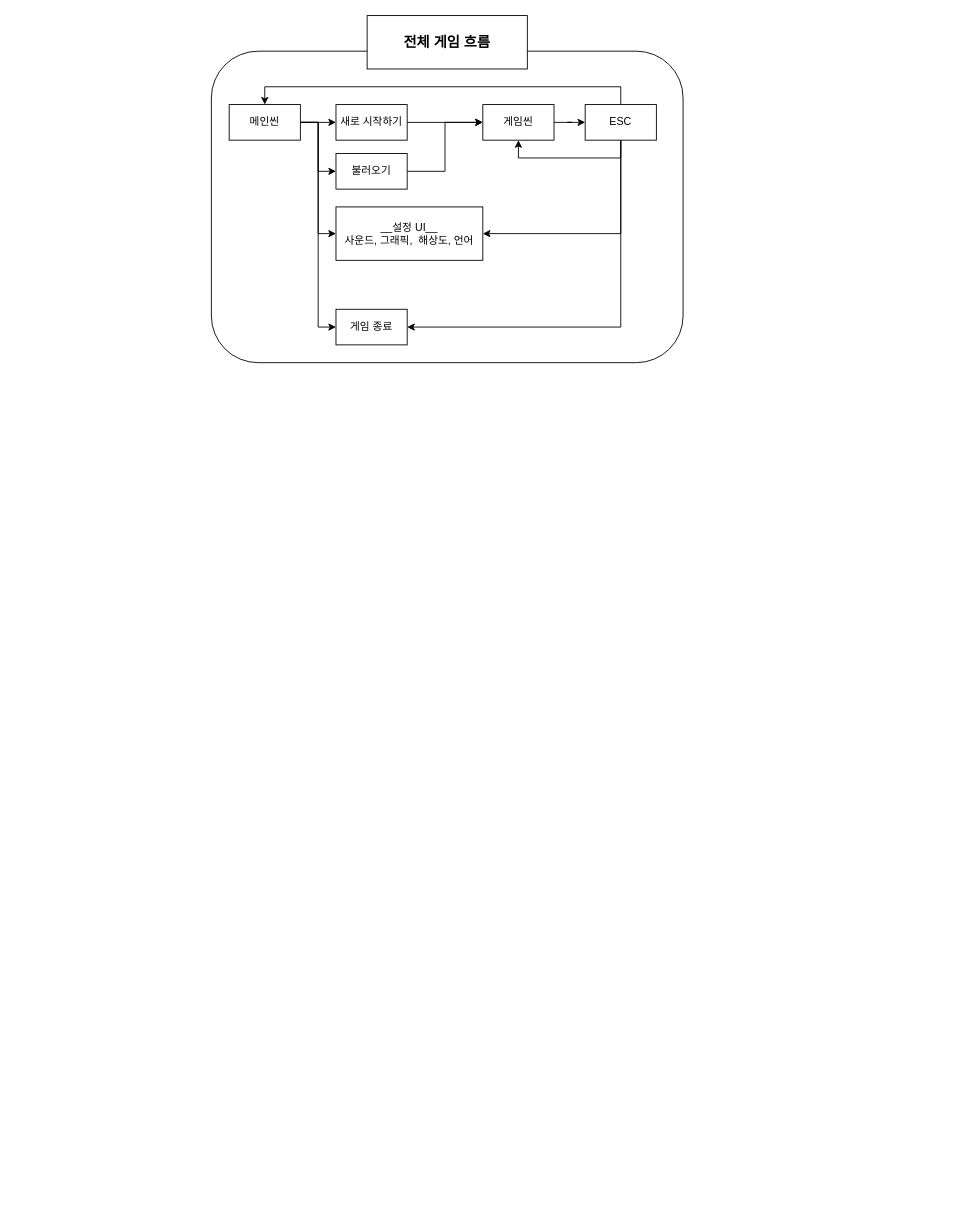
Before: Rough Code Design.drawio in hu4nana/ClassIdeas, a draw.io diagram. Source tidied: cells renumbered, new cells numbered last; positions are measured from the earlier drawing's top-left corner, leaving out a move shared by most shapes. Both pictures are drawn from the tidied source at 89%, with x=0, y=0 at pixel (211, 15).
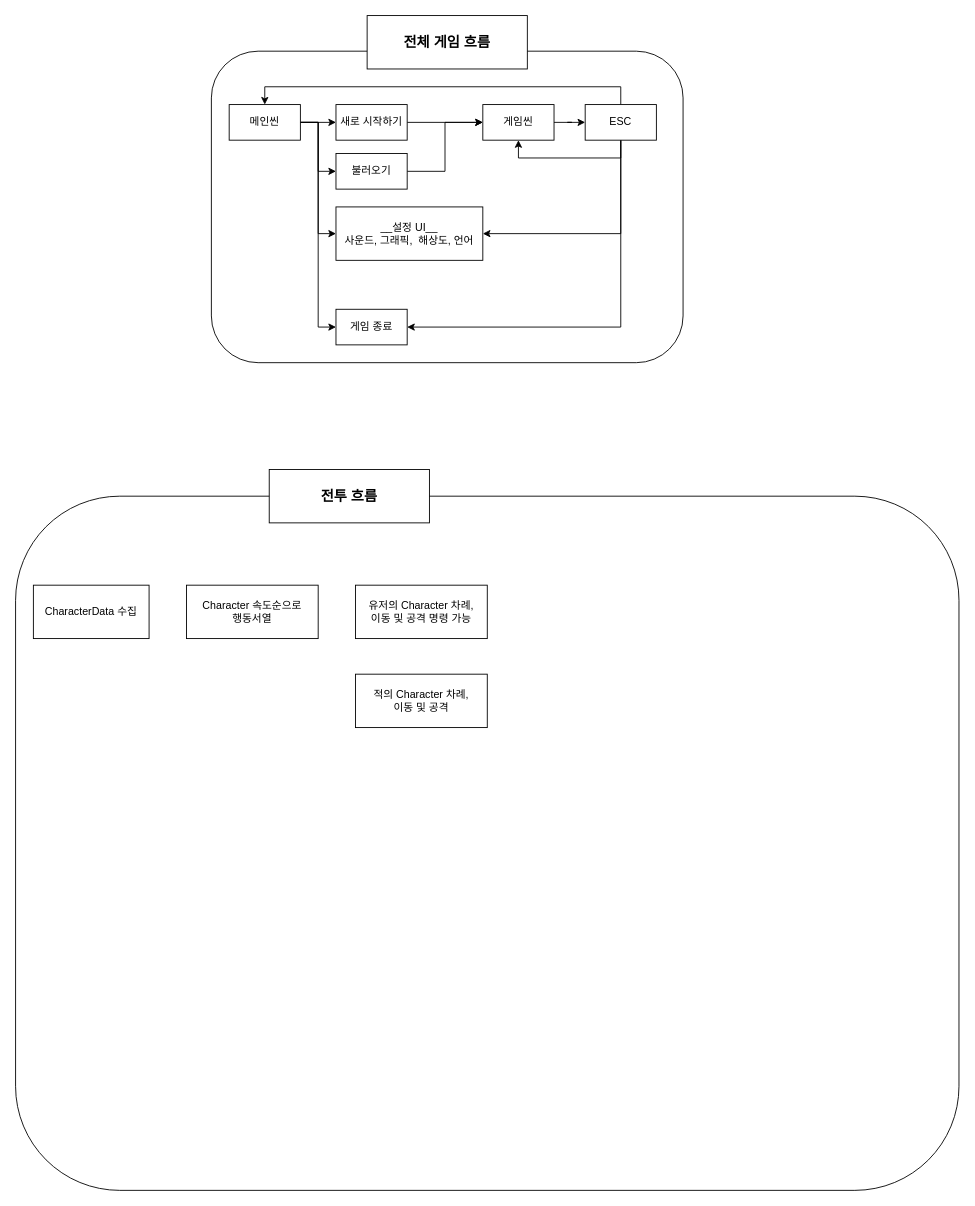
The same diagram, later.

What changed in the source:
```diff
@@
+    <mxCell id="24" style="rounded=1;whiteSpace=wrap;html=1;" parent="1" vertex="1">
+      <mxGeometry x="-220" y="540" width="1060" height="780" as="geometry" />
+    </mxCell>
+    <mxCell id="25" value="전투 흐름" style="rounded=0;whiteSpace=wrap;html=1;fontSize=16;fontStyle=1;" parent="1" vertex="1">
+      <mxGeometry x="65" y="510" width="180" height="60" as="geometry" />
+    </mxCell>
+    <mxCell id="26" value="Character 속도순으로&lt;div&gt;행동서열&lt;/div&gt;" style="rounded=0;whiteSpace=wrap;html=1;" parent="1" vertex="1">
+      <mxGeometry x="-28" y="640" width="148" height="60" as="geometry" />
+    </mxCell>
+    <mxCell id="27" value="CharacterData 수집" style="rounded=0;whiteSpace=wrap;html=1;" parent="1" vertex="1">
+      <mxGeometry x="-200" y="640" width="130" height="60" as="geometry" />
+    </mxCell>
+    <mxCell id="28" value="유저의 Character 차례,&lt;div&gt;이동 및 공격 명령 가능&lt;/div&gt;" style="rounded=0;whiteSpace=wrap;html=1;" parent="1" vertex="1">
+      <mxGeometry x="162" y="640" width="148" height="60" as="geometry" />
+    </mxCell>
+    <mxCell id="29" value="적의 Character 차례,&lt;div&gt;이동 및 공격&lt;/div&gt;" style="rounded=0;whiteSpace=wrap;html=1;" parent="1" vertex="1">
+      <mxGeometry x="162" y="740" width="148" height="60" as="geometry" />
+    </mxCell>
```
